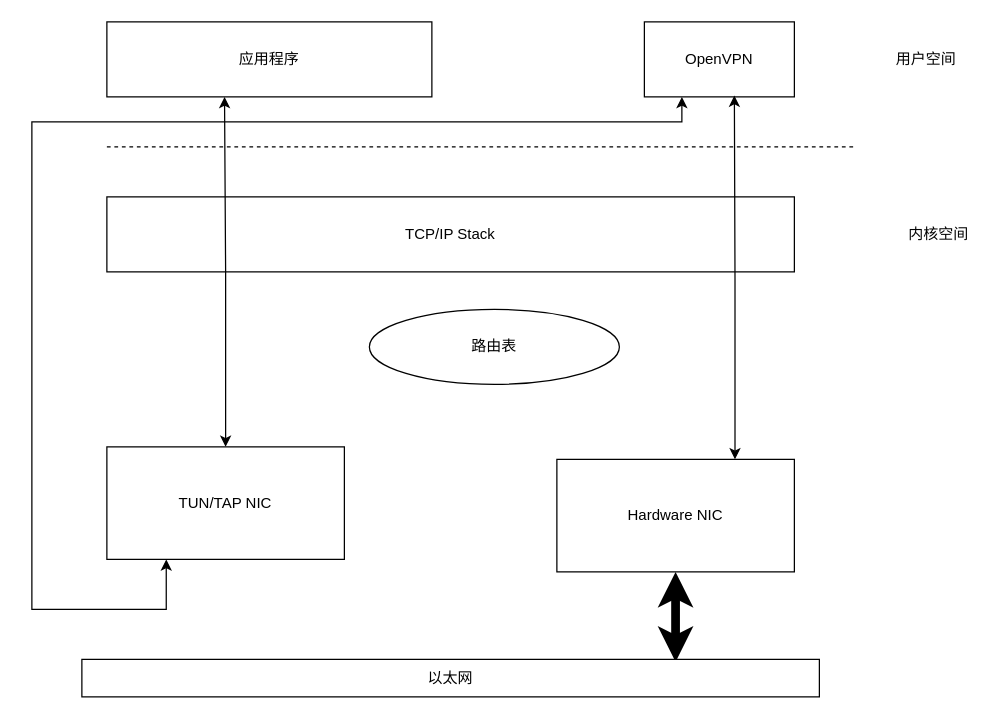
Earlier version of the draw.io diagram OpenVPN工作原理图.drawio (itangm/draw.io-files). Source tidied: cells renumbered, new cells numbered last; positions are measured from the earlier drawing's top-left corner, leaving out a move shared by most shapes. Both pictures are drawn from the tidied source at 125%, with x=0, y=0 at pixel (31, 21).
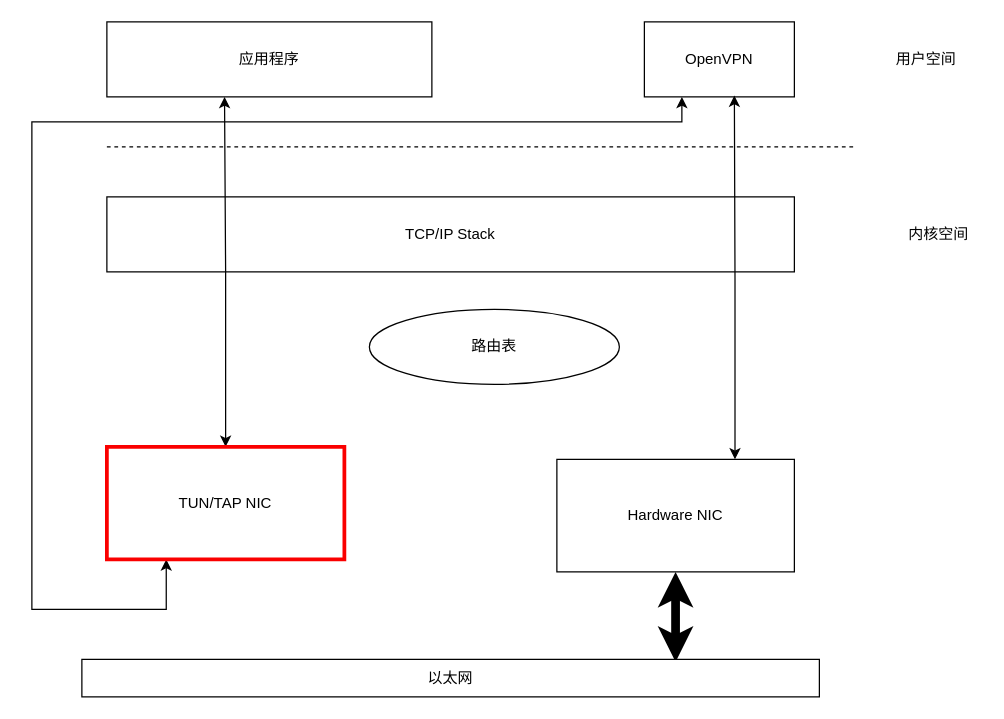
After the change.

Commit message (it also covers changes not shown here):
更新OpenVPN工作原理图.drawio

The edit, as a diff of the source:
```diff
@@
 <mxGraphModel>
   <root>
     <mxCell id="0" />
     <mxCell id="1" parent="0" />
     <mxCell id="2" value="应用程序" style="rounded=0;whiteSpace=wrap;html=1;" parent="1" vertex="1">
       <mxGeometry x="60" width="260" height="60" as="geometry" />
     </mxCell>
     <mxCell id="3" value="TCP/IP Stack" style="rounded=0;whiteSpace=wrap;html=1;" parent="1" vertex="1">
       <mxGeometry x="60" y="140" width="550" height="60" as="geometry" />
     </mxCell>
     <mxCell id="4" value="OpenVPN" style="rounded=0;whiteSpace=wrap;html=1;" parent="1" vertex="1">
       <mxGeometry x="490" width="120" height="60" as="geometry" />
     </mxCell>
     <mxCell id="5" style="endArrow=none;dashed=1;html=1;rounded=0;" parent="1" edge="1">
       <mxGeometry relative="1" as="geometry">
         <mxPoint x="60" y="100" as="sourcePoint" />
         <mxPoint x="660" y="100" as="targetPoint" />
       </mxGeometry>
     </mxCell>
     <mxCell id="6" value="用户空间" style="text;html=1;align=center;verticalAlign=middle;strokeColor=none;fillColor=none;" parent="1" vertex="1">
       <mxGeometry x="680" y="15" width="70" height="30" as="geometry" />
     </mxCell>
     <mxCell id="7" value="内核空间" style="text;html=1;align=center;verticalAlign=middle;strokeColor=none;fillColor=none;" parent="1" vertex="1">
       <mxGeometry x="690" y="155" width="70" height="30" as="geometry" />
     </mxCell>
     <mxCell id="8" value="路由表" style="ellipse;whiteSpace=wrap;html=1;" parent="1" vertex="1">
       <mxGeometry x="270" y="230" width="200" height="60" as="geometry" />
     </mxCell>
     <mxCell id="9" style="edgeStyle=orthogonalEdgeStyle;rounded=0;jettySize=auto;html=1;exitX=0.5;exitY=0;exitDx=0;exitDy=0;entryX=0.362;entryY=1;entryDx=0;entryDy=0;entryPerimeter=0;startArrow=classic;startFill=1;endArrow=classic;endFill=1;" parent="1" edge="1" source="11" target="2">
       <mxGeometry relative="1" as="geometry" />
     </mxCell>
     <mxCell id="10" style="edgeStyle=orthogonalEdgeStyle;rounded=0;jettySize=auto;html=1;entryX=0.25;entryY=1;entryDx=0;entryDy=0;exitX=0.25;exitY=1;exitDx=0;exitDy=0;startArrow=classic;startFill=1;" parent="1" edge="1" source="11" target="4">
       <mxGeometry relative="1" as="geometry">
         <Array as="points">
           <mxPoint x="108" y="470" />
           <mxPoint y="470" />
           <mxPoint y="80" />
           <mxPoint x="520" y="80" />
         </Array>
       </mxGeometry>
     </mxCell>
-    <mxCell id="11" value="TUN/TAP NIC" style="rounded=0;whiteSpace=wrap;html=1;" parent="1" vertex="1">
+    <mxCell id="11" value="TUN/TAP NIC" style="rounded=0;whiteSpace=wrap;html=1;strokeColor=#fa0000;strokeWidth=3;" parent="1" vertex="1">
       <mxGeometry x="60" y="340" width="190" height="90" as="geometry" />
     </mxCell>
     <mxCell id="12" style="edgeStyle=orthogonalEdgeStyle;rounded=0;jettySize=auto;html=1;exitX=0.75;exitY=0;exitDx=0;exitDy=0;entryX=0.6;entryY=0.983;entryDx=0;entryDy=0;entryPerimeter=0;startArrow=classic;startFill=1;" parent="1" edge="1" source="14" target="4">
       <mxGeometry relative="1" as="geometry" />
     </mxCell>
     <mxCell id="13" style="edgeStyle=orthogonalEdgeStyle;rounded=0;jettySize=auto;html=1;entryX=0.805;entryY=0.067;entryDx=0;entryDy=0;entryPerimeter=0;startArrow=classic;startFill=1;strokeWidth=7;" parent="1" edge="1" source="14" target="15">
       <mxGeometry relative="1" as="geometry" />
     </mxCell>
     <mxCell id="14" value="Hardware NIC" style="rounded=0;whiteSpace=wrap;html=1;" parent="1" vertex="1">
       <mxGeometry x="420" y="350" width="190" height="90" as="geometry" />
     </mxCell>
     <mxCell id="15" value="以太网" style="rounded=0;whiteSpace=wrap;html=1;" parent="1" vertex="1">
       <mxGeometry x="40" y="510" width="590" height="30" as="geometry" />
     </mxCell>
   </root>
 </mxGraphModel>
```
